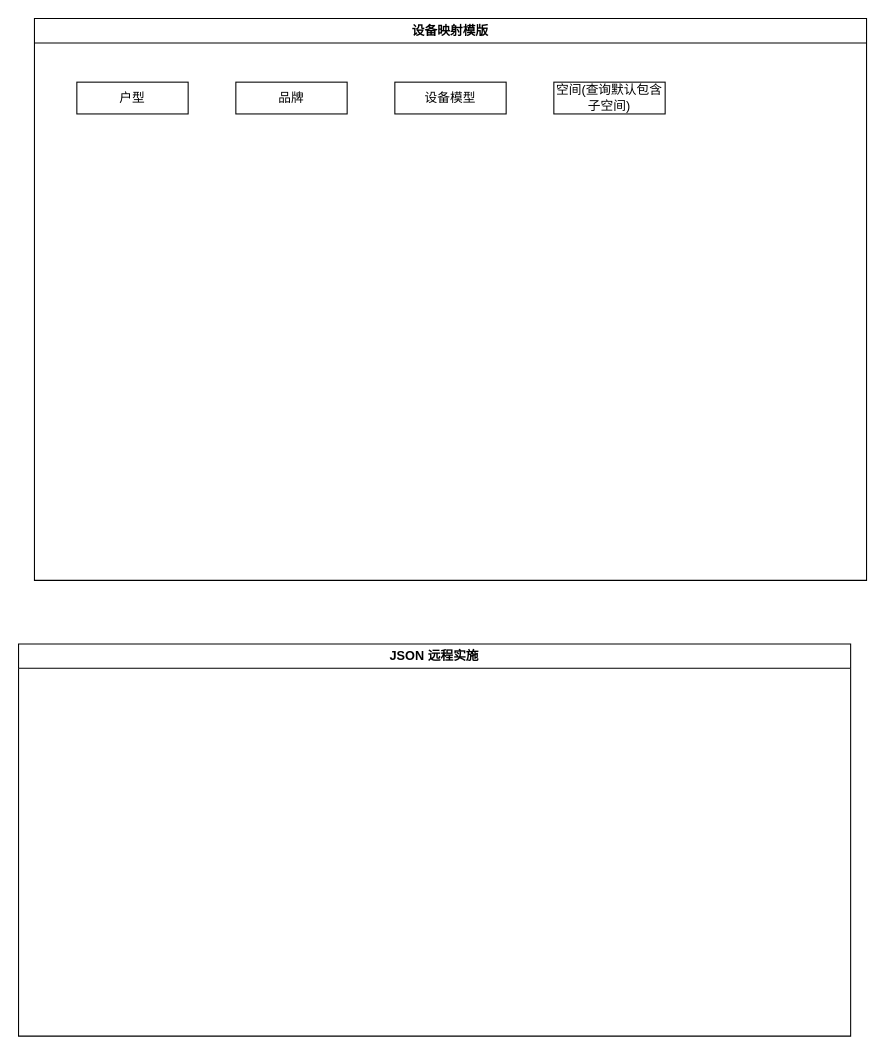
Before: yzs/技管平台--远程实施.drawio in yanglei1992/documents, a draw.io diagram. Source tidied: cells renumbered, new cells numbered last; positions are measured from the earlier drawing's top-left corner, leaving out a move shared by most shapes. Both pictures are drawn from the tidied source at 106%, with x=0, y=0 at pixel (18, 18).
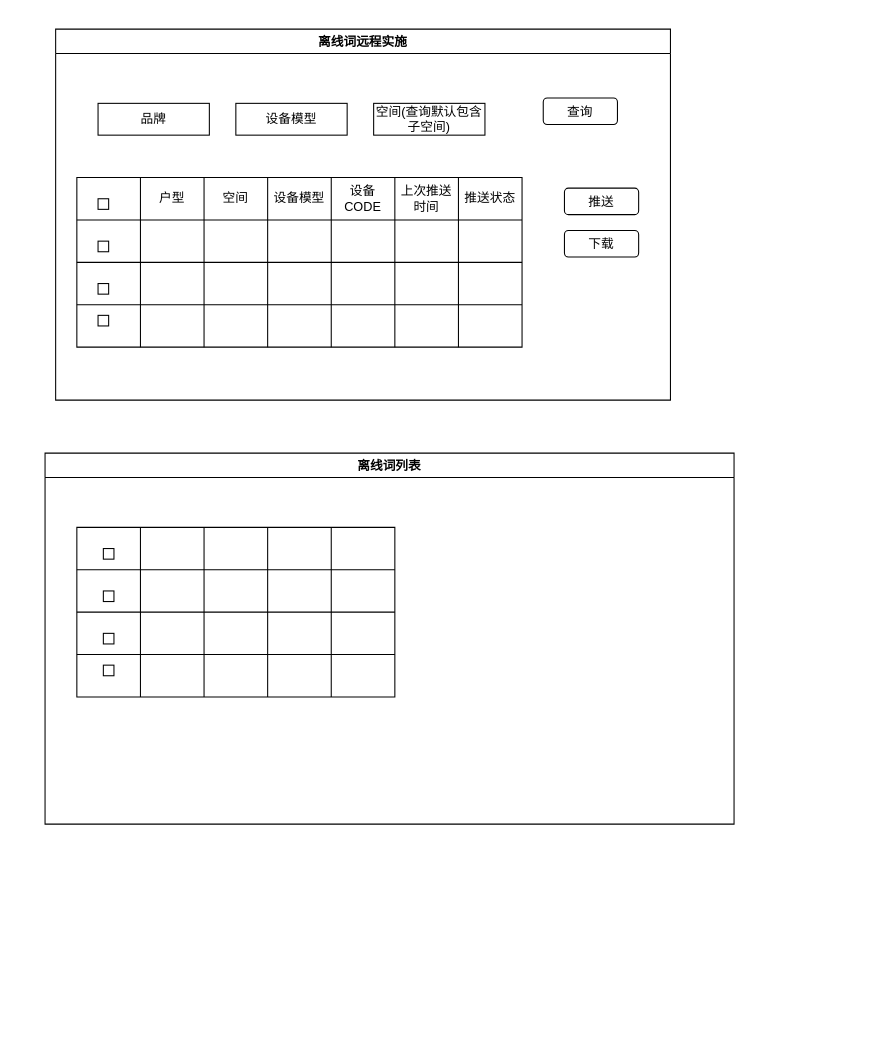
After the change.

Commit message (it also covers changes not shown here):
更新技管平台--远程实施.drawio

Change to the diagram source:
```diff
@@
-    <mxCell id="2" value="设备映射模版" style="swimlane;whiteSpace=wrap;html=1;" parent="1" vertex="1">
-      <mxGeometry x="15" width="785" height="530" as="geometry" />
+    <mxCell id="2" value="离线词远程实施" style="swimlane;whiteSpace=wrap;html=1;" parent="1" vertex="1">
+      <mxGeometry x="35" y="10" width="580" height="350" as="geometry" />
     </mxCell>
     <mxCell id="3" value="空间(查询默认包含子空间)" style="rounded=0;whiteSpace=wrap;html=1;" parent="2" vertex="1">
-      <mxGeometry x="490" y="60" width="105" height="30" as="geometry" />
+      <mxGeometry x="300" y="70" width="105" height="30" as="geometry" />
     </mxCell>
     <mxCell id="4" value="设备模型" style="rounded=0;whiteSpace=wrap;html=1;" parent="2" vertex="1">
-      <mxGeometry x="340" y="60" width="105" height="30" as="geometry" />
+      <mxGeometry x="170" y="70" width="105" height="30" as="geometry" />
     </mxCell>
     <mxCell id="5" value="品牌" style="rounded=0;whiteSpace=wrap;html=1;" parent="2" vertex="1">
-      <mxGeometry x="190" y="60" width="105" height="30" as="geometry" />
+      <mxGeometry x="40" y="70" width="105" height="30" as="geometry" />
     </mxCell>
+    <mxCell id="8" value="查询" style="rounded=1;whiteSpace=wrap;html=1;" parent="2" vertex="1">
+      <mxGeometry x="460" y="65" width="70" height="25" as="geometry" />
+    </mxCell>
+    <mxCell id="9" value="推送" style="rounded=1;whiteSpace=wrap;html=1;" parent="2" vertex="1">
+      <mxGeometry x="480" y="150" width="70" height="25" as="geometry" />
+    </mxCell>
+    <mxCell id="10" value="下载" style="rounded=1;whiteSpace=wrap;html=1;" parent="2" vertex="1">
+      <mxGeometry x="480" y="190" width="70" height="25" as="geometry" />
+    </mxCell>
+    <mxCell id="7" value="离线词列表" style="swimlane;whiteSpace=wrap;html=1;startSize=23;" parent="1" vertex="1">
+      <mxGeometry x="25" y="410" width="650" height="350" as="geometry" />
+    </mxCell>
+    <mxCell id="11" style="shape=table;startSize=0;childLayout=tableLayout;" parent="7" vertex="1">
+      <mxGeometry x="30" y="70" width="300" height="160" as="geometry" />
+    </mxCell>
+    <mxCell id="12" style="shape=tableRow;horizontal=0;startSize=0;swimlaneHead=0;swimlaneBody=0;strokeColor=inherit;top=0;left=0;bottom=0;right=0;fillColor=none;" parent="11" vertex="1">
+      <mxGeometry width="300" height="40" as="geometry" />
+    </mxCell>
+    <mxCell id="13" style="shape=partialRectangle;html=1;whiteSpace=wrap;strokeColor=inherit;overflow=hidden;fillColor=none;top=0;left=0;bottom=0;right=0;" parent="12" vertex="1">
+      <mxGeometry width="60" height="40" as="geometry" />
+    </mxCell>
+    <mxCell id="14" style="shape=partialRectangle;html=1;whiteSpace=wrap;strokeColor=inherit;overflow=hidden;fillColor=none;top=0;left=0;bottom=0;right=0;" parent="12" vertex="1">
+      <mxGeometry x="60" width="60" height="40" as="geometry" />
+    </mxCell>
+    <mxCell id="15" style="shape=partialRectangle;html=1;whiteSpace=wrap;strokeColor=inherit;overflow=hidden;fillColor=none;top=0;left=0;bottom=0;right=0;" parent="12" vertex="1">
+      <mxGeometry x="120" width="60" height="40" as="geometry" />
+    </mxCell>
+    <mxCell id="16" style="shape=partialRectangle;html=1;whiteSpace=wrap;strokeColor=inherit;overflow=hidden;fillColor=none;top=0;left=0;bottom=0;right=0;" parent="12" vertex="1">
+      <mxGeometry x="180" width="60" height="40" as="geometry" />
+    </mxCell>
+    <mxCell id="17" style="shape=partialRectangle;html=1;whiteSpace=wrap;strokeColor=inherit;overflow=hidden;fillColor=none;top=0;left=0;bottom=0;right=0;" parent="12" vertex="1">
+      <mxGeometry x="240" width="60" height="40" as="geometry" />
+    </mxCell>
+    <mxCell id="18" style="shape=tableRow;horizontal=0;startSize=0;swimlaneHead=0;swimlaneBody=0;strokeColor=inherit;top=0;left=0;bottom=0;right=0;fillColor=none;" parent="11" vertex="1">
+      <mxGeometry y="40" width="300" height="40" as="geometry" />
+    </mxCell>
+    <mxCell id="19" style="shape=partialRectangle;html=1;whiteSpace=wrap;strokeColor=inherit;overflow=hidden;fillColor=none;top=0;left=0;bottom=0;right=0;" parent="18" vertex="1">
+      <mxGeometry width="60" height="40" as="geometry" />
+    </mxCell>
+    <mxCell id="20" style="shape=partialRectangle;html=1;whiteSpace=wrap;strokeColor=inherit;overflow=hidden;fillColor=none;top=0;left=0;bottom=0;right=0;" parent="18" vertex="1">
+      <mxGeometry x="60" width="60" height="40" as="geometry" />
+    </mxCell>
+    <mxCell id="21" style="shape=partialRectangle;html=1;whiteSpace=wrap;strokeColor=inherit;overflow=hidden;fillColor=none;top=0;left=0;bottom=0;right=0;" parent="18" vertex="1">
+      <mxGeometry x="120" width="60" height="40" as="geometry" />
+    </mxCell>
+    <mxCell id="22" style="shape=partialRectangle;html=1;whiteSpace=wrap;strokeColor=inherit;overflow=hidden;fillColor=none;top=0;left=0;bottom=0;right=0;" parent="18" vertex="1">
+      <mxGeometry x="180" width="60" height="40" as="geometry" />
+    </mxCell>
+    <mxCell id="23" style="shape=partialRectangle;html=1;whiteSpace=wrap;strokeColor=inherit;overflow=hidden;fillColor=none;top=0;left=0;bottom=0;right=0;" parent="18" vertex="1">
+      <mxGeometry x="240" width="60" height="40" as="geometry" />
+    </mxCell>
+    <mxCell id="24" style="shape=tableRow;horizontal=0;startSize=0;swimlaneHead=0;swimlaneBody=0;strokeColor=inherit;top=0;left=0;bottom=0;right=0;fillColor=none;" parent="11" vertex="1">
+      <mxGeometry y="80" width="300" height="40" as="geometry" />
+    </mxCell>
+    <mxCell id="25" style="shape=partialRectangle;html=1;whiteSpace=wrap;strokeColor=inherit;overflow=hidden;fillColor=none;top=0;left=0;bottom=0;right=0;" parent="24" vertex="1">
+      <mxGeometry width="60" height="40" as="geometry" />
+    </mxCell>
+    <mxCell id="26" style="shape=partialRectangle;html=1;whiteSpace=wrap;strokeColor=inherit;overflow=hidden;fillColor=none;top=0;left=0;bottom=0;right=0;" parent="24" vertex="1">
+      <mxGeometry x="60" width="60" height="40" as="geometry" />
+    </mxCell>
+    <mxCell id="27" style="shape=partialRectangle;html=1;whiteSpace=wrap;strokeColor=inherit;overflow=hidden;fillColor=none;top=0;left=0;bottom=0;right=0;" parent="24" vertex="1">
+      <mxGeometry x="120" width="60" height="40" as="geometry" />
+    </mxCell>
+    <mxCell id="28" style="shape=partialRectangle;html=1;whiteSpace=wrap;strokeColor=inherit;overflow=hidden;fillColor=none;top=0;left=0;bottom=0;right=0;" parent="24" vertex="1">
+      <mxGeometry x="180" width="60" height="40" as="geometry" />
+    </mxCell>
+    <mxCell id="29" style="shape=partialRectangle;html=1;whiteSpace=wrap;strokeColor=inherit;overflow=hidden;fillColor=none;top=0;left=0;bottom=0;right=0;" parent="24" vertex="1">
+      <mxGeometry x="240" width="60" height="40" as="geometry" />
+    </mxCell>
+    <mxCell id="30" style="shape=tableRow;horizontal=0;startSize=0;swimlaneHead=0;swimlaneBody=0;strokeColor=inherit;top=0;left=0;bottom=0;right=0;fillColor=none;" parent="11" vertex="1">
+      <mxGeometry y="120" width="300" height="40" as="geometry" />
+    </mxCell>
+    <mxCell id="31" style="shape=partialRectangle;html=1;whiteSpace=wrap;strokeColor=inherit;overflow=hidden;fillColor=none;top=0;left=0;bottom=0;right=0;" parent="30" vertex="1">
+      <mxGeometry width="60" height="40" as="geometry" />
+    </mxCell>
+    <mxCell id="32" style="shape=partialRectangle;html=1;whiteSpace=wrap;strokeColor=inherit;overflow=hidden;fillColor=none;top=0;left=0;bottom=0;right=0;" parent="30" vertex="1">
+      <mxGeometry x="60" width="60" height="40" as="geometry" />
+    </mxCell>
+    <mxCell id="33" style="shape=partialRectangle;html=1;whiteSpace=wrap;strokeColor=inherit;overflow=hidden;fillColor=none;top=0;left=0;bottom=0;right=0;" parent="30" vertex="1">
+      <mxGeometry x="120" width="60" height="40" as="geometry" />
+    </mxCell>
+    <mxCell id="34" style="shape=partialRectangle;html=1;whiteSpace=wrap;strokeColor=inherit;overflow=hidden;fillColor=none;top=0;left=0;bottom=0;right=0;" parent="30" vertex="1">
+      <mxGeometry x="180" width="60" height="40" as="geometry" />
+    </mxCell>
+    <mxCell id="35" style="shape=partialRectangle;html=1;whiteSpace=wrap;strokeColor=inherit;overflow=hidden;fillColor=none;top=0;left=0;bottom=0;right=0;" parent="30" vertex="1">
+      <mxGeometry x="240" width="60" height="40" as="geometry" />
+    </mxCell>
+    <mxCell id="36" style="rounded=0;whiteSpace=wrap;html=1;" parent="7" vertex="1">
+      <mxGeometry x="55" y="90" width="10" height="10" as="geometry" />
+    </mxCell>
+    <mxCell id="37" style="rounded=0;whiteSpace=wrap;html=1;" parent="7" vertex="1">
+      <mxGeometry x="55" y="130" width="10" height="10" as="geometry" />
+    </mxCell>
+    <mxCell id="38" style="rounded=0;whiteSpace=wrap;html=1;" parent="7" vertex="1">
+      <mxGeometry x="55" y="170" width="10" height="10" as="geometry" />
+    </mxCell>
+    <mxCell id="39" style="rounded=0;whiteSpace=wrap;html=1;" parent="7" vertex="1">
+      <mxGeometry x="55" y="200" width="10" height="10" as="geometry" />
+    </mxCell>
+    <mxCell id="40" style="shape=table;startSize=0;childLayout=tableLayout;" parent="1" vertex="1">
+      <mxGeometry x="55" y="150" width="420" height="160" as="geometry" />
+    </mxCell>
+    <mxCell id="41" style="shape=tableRow;horizontal=0;startSize=0;swimlaneHead=0;swimlaneBody=0;strokeColor=inherit;top=0;left=0;bottom=0;right=0;fillColor=none;" parent="40" vertex="1">
+      <mxGeometry width="420" height="40" as="geometry" />
+    </mxCell>
+    <mxCell id="42" style="shape=partialRectangle;html=1;whiteSpace=wrap;strokeColor=inherit;overflow=hidden;fillColor=none;top=0;left=0;bottom=0;right=0;" parent="41" vertex="1">
+      <mxGeometry width="60" height="40" as="geometry" />
+    </mxCell>
-    <mxCell id="6" value="户型" style="rounded=0;whiteSpace=wrap;html=1;" parent="2" vertex="1">
-      <mxGeometry x="40" y="60" width="105" height="30" as="geometry" />
+    <mxCell id="6" value="户型" style="shape=partialRectangle;html=1;whiteSpace=wrap;strokeColor=inherit;overflow=hidden;fillColor=none;top=0;left=0;bottom=0;right=0;" parent="41" vertex="1">
+      <mxGeometry x="60" width="60" height="40" as="geometry" />
     </mxCell>
-    <mxCell id="7" value="JSON 远程实施" style="swimlane;whiteSpace=wrap;html=1;startSize=23;" parent="1" vertex="1">
-      <mxGeometry y="590" width="785" height="370" as="geometry" />
-    </mxCell>
+    <mxCell id="43" value="空间" style="shape=partialRectangle;html=1;whiteSpace=wrap;strokeColor=inherit;overflow=hidden;fillColor=none;top=0;left=0;bottom=0;right=0;" parent="41" vertex="1">
+      <mxGeometry x="120" width="60" height="40" as="geometry" />
+    </mxCell>
+    <mxCell id="44" value="设备模型" style="shape=partialRectangle;html=1;whiteSpace=wrap;strokeColor=inherit;overflow=hidden;fillColor=none;top=0;left=0;bottom=0;right=0;" parent="41" vertex="1">
+      <mxGeometry x="180" width="60" height="40" as="geometry" />
+    </mxCell>
+    <mxCell id="45" value="设备CODE" style="shape=partialRectangle;html=1;whiteSpace=wrap;strokeColor=inherit;overflow=hidden;fillColor=none;top=0;left=0;bottom=0;right=0;" parent="41" vertex="1">
+      <mxGeometry x="240" width="60" height="40" as="geometry" />
+    </mxCell>
+    <mxCell id="46" value="上次推送时间" style="shape=partialRectangle;html=1;whiteSpace=wrap;strokeColor=inherit;overflow=hidden;fillColor=none;top=0;left=0;bottom=0;right=0;" parent="41" vertex="1">
+      <mxGeometry x="300" width="60" height="40" as="geometry" />
+    </mxCell>
+    <mxCell id="47" value="推送状态" style="shape=partialRectangle;html=1;whiteSpace=wrap;strokeColor=inherit;overflow=hidden;fillColor=none;top=0;left=0;bottom=0;right=0;" parent="41" vertex="1">
+      <mxGeometry x="360" width="60" height="40" as="geometry" />
+    </mxCell>
+    <mxCell id="48" style="shape=tableRow;horizontal=0;startSize=0;swimlaneHead=0;swimlaneBody=0;strokeColor=inherit;top=0;left=0;bottom=0;right=0;fillColor=none;" parent="40" vertex="1">
+      <mxGeometry y="40" width="420" height="40" as="geometry" />
+    </mxCell>
+    <mxCell id="49" style="shape=partialRectangle;html=1;whiteSpace=wrap;strokeColor=inherit;overflow=hidden;fillColor=none;top=0;left=0;bottom=0;right=0;" parent="48" vertex="1">
+      <mxGeometry width="60" height="40" as="geometry" />
+    </mxCell>
+    <mxCell id="50" style="shape=partialRectangle;html=1;whiteSpace=wrap;strokeColor=inherit;overflow=hidden;fillColor=none;top=0;left=0;bottom=0;right=0;" parent="48" vertex="1">
+      <mxGeometry x="60" width="60" height="40" as="geometry" />
+    </mxCell>
+    <mxCell id="51" style="shape=partialRectangle;html=1;whiteSpace=wrap;strokeColor=inherit;overflow=hidden;fillColor=none;top=0;left=0;bottom=0;right=0;" parent="48" vertex="1">
+      <mxGeometry x="120" width="60" height="40" as="geometry" />
+    </mxCell>
+    <mxCell id="52" style="shape=partialRectangle;html=1;whiteSpace=wrap;strokeColor=inherit;overflow=hidden;fillColor=none;top=0;left=0;bottom=0;right=0;" parent="48" vertex="1">
+      <mxGeometry x="180" width="60" height="40" as="geometry" />
+    </mxCell>
+    <mxCell id="53" style="shape=partialRectangle;html=1;whiteSpace=wrap;strokeColor=inherit;overflow=hidden;fillColor=none;top=0;left=0;bottom=0;right=0;" parent="48" vertex="1">
+      <mxGeometry x="240" width="60" height="40" as="geometry" />
+    </mxCell>
+    <mxCell id="54" style="shape=partialRectangle;html=1;whiteSpace=wrap;strokeColor=inherit;overflow=hidden;fillColor=none;top=0;left=0;bottom=0;right=0;" parent="48" vertex="1">
+      <mxGeometry x="300" width="60" height="40" as="geometry" />
+    </mxCell>
+    <mxCell id="55" style="shape=partialRectangle;html=1;whiteSpace=wrap;strokeColor=inherit;overflow=hidden;fillColor=none;top=0;left=0;bottom=0;right=0;" parent="48" vertex="1">
+      <mxGeometry x="360" width="60" height="40" as="geometry" />
+    </mxCell>
+    <mxCell id="56" style="shape=tableRow;horizontal=0;startSize=0;swimlaneHead=0;swimlaneBody=0;strokeColor=inherit;top=0;left=0;bottom=0;right=0;fillColor=none;" parent="40" vertex="1">
+      <mxGeometry y="80" width="420" height="40" as="geometry" />
+    </mxCell>
+    <mxCell id="57" style="shape=partialRectangle;html=1;whiteSpace=wrap;strokeColor=inherit;overflow=hidden;fillColor=none;top=0;left=0;bottom=0;right=0;" parent="56" vertex="1">
+      <mxGeometry width="60" height="40" as="geometry" />
+    </mxCell>
+    <mxCell id="58" style="shape=partialRectangle;html=1;whiteSpace=wrap;strokeColor=inherit;overflow=hidden;fillColor=none;top=0;left=0;bottom=0;right=0;" parent="56" vertex="1">
+      <mxGeometry x="60" width="60" height="40" as="geometry" />
+    </mxCell>
+    <mxCell id="59" style="shape=partialRectangle;html=1;whiteSpace=wrap;strokeColor=inherit;overflow=hidden;fillColor=none;top=0;left=0;bottom=0;right=0;" parent="56" vertex="1">
+      <mxGeometry x="120" width="60" height="40" as="geometry" />
+    </mxCell>
+    <mxCell id="60" style="shape=partialRectangle;html=1;whiteSpace=wrap;strokeColor=inherit;overflow=hidden;fillColor=none;top=0;left=0;bottom=0;right=0;" parent="56" vertex="1">
+      <mxGeometry x="180" width="60" height="40" as="geometry" />
+    </mxCell>
+    <mxCell id="61" style="shape=partialRectangle;html=1;whiteSpace=wrap;strokeColor=inherit;overflow=hidden;fillColor=none;top=0;left=0;bottom=0;right=0;" parent="56" vertex="1">
+      <mxGeometry x="240" width="60" height="40" as="geometry" />
+    </mxCell>
+    <mxCell id="62" style="shape=partialRectangle;html=1;whiteSpace=wrap;strokeColor=inherit;overflow=hidden;fillColor=none;top=0;left=0;bottom=0;right=0;" parent="56" vertex="1">
+      <mxGeometry x="300" width="60" height="40" as="geometry" />
+    </mxCell>
+    <mxCell id="63" style="shape=partialRectangle;html=1;whiteSpace=wrap;strokeColor=inherit;overflow=hidden;fillColor=none;top=0;left=0;bottom=0;right=0;" parent="56" vertex="1">
+      <mxGeometry x="360" width="60" height="40" as="geometry" />
+    </mxCell>
+    <mxCell id="64" style="shape=tableRow;horizontal=0;startSize=0;swimlaneHead=0;swimlaneBody=0;strokeColor=inherit;top=0;left=0;bottom=0;right=0;fillColor=none;" parent="40" vertex="1">
+      <mxGeometry y="120" width="420" height="40" as="geometry" />
+    </mxCell>
+    <mxCell id="65" style="shape=partialRectangle;html=1;whiteSpace=wrap;strokeColor=inherit;overflow=hidden;fillColor=none;top=0;left=0;bottom=0;right=0;" parent="64" vertex="1">
+      <mxGeometry width="60" height="40" as="geometry" />
+    </mxCell>
+    <mxCell id="66" style="shape=partialRectangle;html=1;whiteSpace=wrap;strokeColor=inherit;overflow=hidden;fillColor=none;top=0;left=0;bottom=0;right=0;" parent="64" vertex="1">
+      <mxGeometry x="60" width="60" height="40" as="geometry" />
+    </mxCell>
+    <mxCell id="67" style="shape=partialRectangle;html=1;whiteSpace=wrap;strokeColor=inherit;overflow=hidden;fillColor=none;top=0;left=0;bottom=0;right=0;" parent="64" vertex="1">
+      <mxGeometry x="120" width="60" height="40" as="geometry" />
+    </mxCell>
+    <mxCell id="68" style="shape=partialRectangle;html=1;whiteSpace=wrap;strokeColor=inherit;overflow=hidden;fillColor=none;top=0;left=0;bottom=0;right=0;" parent="64" vertex="1">
+      <mxGeometry x="180" width="60" height="40" as="geometry" />
+    </mxCell>
+    <mxCell id="69" style="shape=partialRectangle;html=1;whiteSpace=wrap;strokeColor=inherit;overflow=hidden;fillColor=none;top=0;left=0;bottom=0;right=0;" parent="64" vertex="1">
+      <mxGeometry x="240" width="60" height="40" as="geometry" />
+    </mxCell>
+    <mxCell id="70" style="shape=partialRectangle;html=1;whiteSpace=wrap;strokeColor=inherit;overflow=hidden;fillColor=none;top=0;left=0;bottom=0;right=0;" parent="64" vertex="1">
+      <mxGeometry x="300" width="60" height="40" as="geometry" />
+    </mxCell>
+    <mxCell id="71" style="shape=partialRectangle;html=1;whiteSpace=wrap;strokeColor=inherit;overflow=hidden;fillColor=none;top=0;left=0;bottom=0;right=0;" parent="64" vertex="1">
+      <mxGeometry x="360" width="60" height="40" as="geometry" />
+    </mxCell>
+    <mxCell id="72" style="rounded=0;whiteSpace=wrap;html=1;" parent="1" vertex="1">
+      <mxGeometry x="75" y="170" width="10" height="10" as="geometry" />
+    </mxCell>
+    <mxCell id="73" style="rounded=0;whiteSpace=wrap;html=1;" parent="1" vertex="1">
+      <mxGeometry x="75" y="210" width="10" height="10" as="geometry" />
+    </mxCell>
+    <mxCell id="74" style="rounded=0;whiteSpace=wrap;html=1;" parent="1" vertex="1">
+      <mxGeometry x="75" y="250" width="10" height="10" as="geometry" />
+    </mxCell>
+    <mxCell id="75" style="rounded=0;whiteSpace=wrap;html=1;" parent="1" vertex="1">
+      <mxGeometry x="75" y="280" width="10" height="10" as="geometry" />
+    </mxCell>
```
